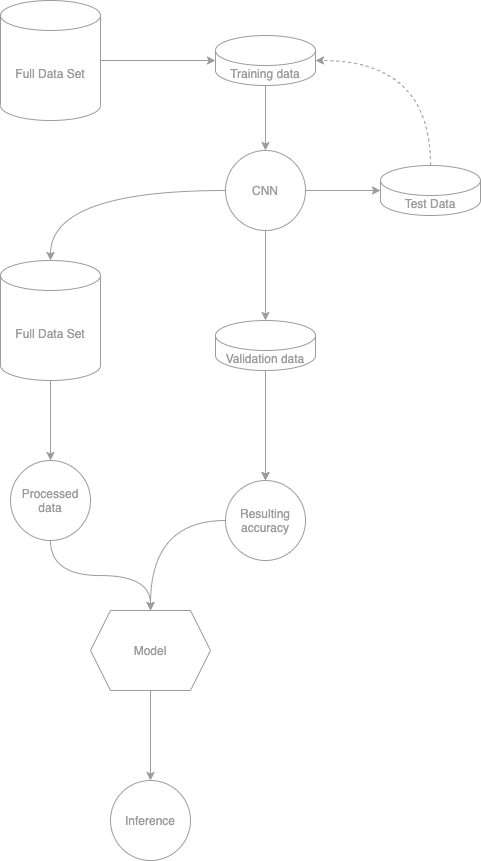
Above: documents/flow.drawio.png in robert-sipho/pefa_nest-cam (draw.io), before the change. Source tidied: cells renumbered, new cells last; positions are measured from the earlier drawing's top-left corner, leaving out a move shared by most shapes.
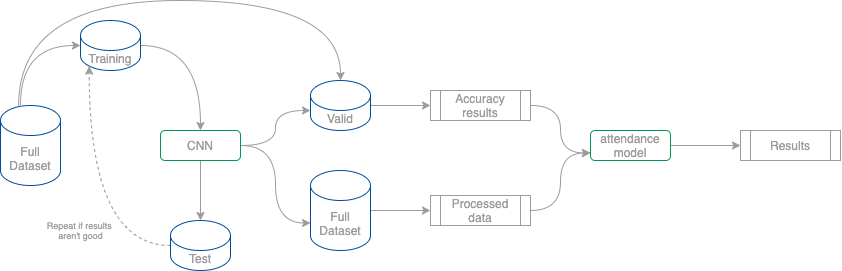
After the commit.

Commit message:
flip flow to landscape mode

Change to the diagram source:
```diff
@@ -2,75 +2,89 @@
   <root>
     <mxCell id="0" />
     <mxCell id="1" parent="0" />
-    <mxCell id="2" style="edgeStyle=orthogonalEdgeStyle;rounded=0;jettySize=auto;html=1;strokeColor=#9C9C9C;" parent="1" edge="1" source="3" target="5">
-      <mxGeometry relative="1" as="geometry" />
-    </mxCell>
-    <mxCell id="3" value="Full Data Set" style="shape=cylinder3;whiteSpace=wrap;html=1;boundedLbl=1;backgroundOutline=1;size=15;fillColor=none;strokeColor=#9C9C9C;fontColor=#9C9C9C;" parent="1" vertex="1">
-      <mxGeometry width="100" height="120" as="geometry" />
-    </mxCell>
-    <mxCell id="4" style="edgeStyle=orthogonalEdgeStyle;rounded=0;jettySize=auto;html=1;entryX=0.5;entryY=0;entryDx=0;entryDy=0;strokeColor=#9C9C9C;" parent="1" edge="1" source="5" target="9">
-      <mxGeometry relative="1" as="geometry" />
-    </mxCell>
-    <mxCell id="5" value="Training data" style="shape=cylinder3;whiteSpace=wrap;html=1;boundedLbl=1;backgroundOutline=1;size=15;fillColor=none;strokeColor=#9C9C9C;fontColor=#9C9C9C;" parent="1" vertex="1">
-      <mxGeometry x="215" y="35" width="100" height="50" as="geometry" />
-    </mxCell>
-    <mxCell id="6" style="edgeStyle=orthogonalEdgeStyle;rounded=0;jettySize=auto;html=1;entryX=0;entryY=0.5;entryDx=0;entryDy=0;entryPerimeter=0;strokeColor=#9C9C9C;" parent="1" edge="1" source="9" target="11">
-      <mxGeometry relative="1" as="geometry" />
-    </mxCell>
-    <mxCell id="7" style="edgeStyle=orthogonalEdgeStyle;rounded=0;jettySize=auto;html=1;entryX=0.5;entryY=0;entryDx=0;entryDy=0;entryPerimeter=0;strokeColor=#9C9C9C;" parent="1" edge="1" source="9" target="14">
-      <mxGeometry relative="1" as="geometry" />
-    </mxCell>
-    <mxCell id="8" style="edgeStyle=orthogonalEdgeStyle;jettySize=auto;html=1;entryX=0.5;entryY=0;entryDx=0;entryDy=0;entryPerimeter=0;curved=1;strokeColor=#9C9C9C;" parent="1" edge="1" source="9" target="16">
-      <mxGeometry relative="1" as="geometry" />
-    </mxCell>
+    <mxCell id="24" style="edgeStyle=orthogonalEdgeStyle;curved=1;sketch=0;jettySize=auto;html=1;strokeColor=#9C9C9C;fontColor=#9C9C9C;" parent="1" edge="1" source="26" target="28">
+      <mxGeometry relative="1" as="geometry">
+        <Array as="points">
+          <mxPoint x="-160" y="235" />
+        </Array>
+      </mxGeometry>
+    </mxCell>
+    <mxCell id="25" style="edgeStyle=orthogonalEdgeStyle;curved=1;sketch=0;jettySize=auto;html=1;entryX=0.5;entryY=0;entryDx=0;entryDy=0;entryPerimeter=0;strokeColor=#9C9C9C;fontColor=#9C9C9C;exitX=0.302;exitY=0.007;exitDx=0;exitDy=0;exitPerimeter=0;" parent="1" edge="1" source="26" target="38">
+      <mxGeometry relative="1" as="geometry">
+        <Array as="points">
+          <mxPoint x="-162" y="190" />
+          <mxPoint x="160" y="190" />
+        </Array>
+      </mxGeometry>
+    </mxCell>
+    <mxCell id="26" value="Full Dataset" style="shape=cylinder3;whiteSpace=wrap;html=1;boundedLbl=1;backgroundOutline=1;size=15;rounded=0;sketch=0;fontColor=#9C9C9C;fillColor=none;strokeColor=#004C99;" parent="1" vertex="1">
+      <mxGeometry x="-180" y="295" width="60" height="80" as="geometry" />
+    </mxCell>
+    <mxCell id="27" style="edgeStyle=orthogonalEdgeStyle;curved=1;sketch=0;jettySize=auto;html=1;entryX=0.5;entryY=0;entryDx=0;entryDy=0;strokeColor=#9C9C9C;fontColor=#9C9C9C;" parent="1" edge="1" source="28" target="9">
+      <mxGeometry relative="1" as="geometry">
+        <Array as="points">
+          <mxPoint x="20" y="235" />
+        </Array>
+      </mxGeometry>
+    </mxCell>
+    <mxCell id="28" value="Training" style="shape=cylinder3;whiteSpace=wrap;html=1;boundedLbl=1;backgroundOutline=1;size=15;rounded=0;sketch=0;fontColor=#9C9C9C;fillColor=none;strokeColor=#004C99;" parent="1" vertex="1">
+      <mxGeometry x="-100" y="210" width="60" height="50" as="geometry" />
+    </mxCell>
+    <mxCell id="29" style="edgeStyle=orthogonalEdgeStyle;curved=1;sketch=0;jettySize=auto;html=1;entryX=0.5;entryY=0;entryDx=0;entryDy=0;entryPerimeter=0;strokeColor=#9C9C9C;fontColor=#9C9C9C;" parent="1" edge="1" source="9" target="34">
+      <mxGeometry relative="1" as="geometry" />
+    </mxCell>
+    <mxCell id="30" style="edgeStyle=orthogonalEdgeStyle;curved=1;sketch=0;jettySize=auto;html=1;entryX=0;entryY=0;entryDx=0;entryDy=52.5;entryPerimeter=0;strokeColor=#9C9C9C;fontColor=#9C9C9C;" parent="1" edge="1" source="9" target="36">
+      <mxGeometry relative="1" as="geometry" />
+    </mxCell>
+    <mxCell id="31" style="edgeStyle=orthogonalEdgeStyle;curved=1;sketch=0;jettySize=auto;html=1;entryX=0;entryY=0;entryDx=0;entryDy=30;entryPerimeter=0;strokeColor=#9C9C9C;fontColor=#9C9C9C;" parent="1" edge="1" source="9" target="38">
+      <mxGeometry relative="1" as="geometry" />
+    </mxCell>
-    <mxCell id="9" value="CNN" style="ellipse;whiteSpace=wrap;html=1;fillColor=none;strokeColor=#9C9C9C;fontColor=#9C9C9C;" parent="1" vertex="1">
-      <mxGeometry x="225" y="150" width="80" height="80" as="geometry" />
+    <mxCell id="9" value="CNN" style="rounded=1;whiteSpace=wrap;html=1;sketch=0;fillColor=none;fontColor=#9C9C9C;strokeColor=#00994D;" parent="1" vertex="1">
+      <mxGeometry x="-20" y="320" width="80" height="30" as="geometry" />
     </mxCell>
-    <mxCell id="10" style="edgeStyle=orthogonalEdgeStyle;jettySize=auto;html=1;entryX=1;entryY=0.5;entryDx=0;entryDy=0;entryPerimeter=0;dashed=1;curved=1;strokeColor=#9C9C9C;" parent="1" edge="1" source="11" target="5">
-      <mxGeometry relative="1" as="geometry">
-        <Array as="points">
-          <mxPoint x="430" y="60" />
-        </Array>
-      </mxGeometry>
-    </mxCell>
-    <mxCell id="11" value="Test Data" style="shape=cylinder3;whiteSpace=wrap;html=1;boundedLbl=1;backgroundOutline=1;size=15;fillColor=none;strokeColor=#9C9C9C;fontColor=#9C9C9C;" parent="1" vertex="1">
-      <mxGeometry x="380" y="165" width="100" height="50" as="geometry" />
-    </mxCell>
-    <mxCell id="12" style="edgeStyle=orthogonalEdgeStyle;jettySize=auto;html=1;curved=1;strokeColor=#9C9C9C;" parent="1" edge="1" source="14" target="18">
-      <mxGeometry relative="1" as="geometry" />
-    </mxCell>
-    <mxCell id="13" style="edgeStyle=orthogonalEdgeStyle;sketch=0;jettySize=auto;html=1;rounded=1;strokeColor=#9C9C9C;" parent="1" edge="1" source="14" target="18">
-      <mxGeometry relative="1" as="geometry" />
-    </mxCell>
-    <mxCell id="14" value="Validation data" style="shape=cylinder3;whiteSpace=wrap;html=1;boundedLbl=1;backgroundOutline=1;size=15;fillColor=none;strokeColor=#9C9C9C;fontColor=#9C9C9C;" parent="1" vertex="1">
-      <mxGeometry x="215" y="320" width="100" height="50" as="geometry" />
-    </mxCell>
-    <mxCell id="15" style="edgeStyle=orthogonalEdgeStyle;rounded=0;jettySize=auto;html=1;entryX=0.5;entryY=0;entryDx=0;entryDy=0;strokeColor=#9C9C9C;" parent="1" edge="1" source="16" target="20">
-      <mxGeometry relative="1" as="geometry" />
-    </mxCell>
-    <mxCell id="16" value="Full Data Set" style="shape=cylinder3;whiteSpace=wrap;html=1;boundedLbl=1;backgroundOutline=1;size=15;fillColor=none;strokeColor=#9C9C9C;fontColor=#9C9C9C;" parent="1" vertex="1">
-      <mxGeometry y="260" width="100" height="120" as="geometry" />
-    </mxCell>
-    <mxCell id="17" style="edgeStyle=orthogonalEdgeStyle;jettySize=auto;html=1;entryX=0.5;entryY=0;entryDx=0;entryDy=0;strokeColor=#9C9C9C;curved=1;" parent="1" edge="1" source="18" target="22">
-      <mxGeometry relative="1" as="geometry" />
-    </mxCell>
-    <mxCell id="18" value="Resulting accuracy" style="ellipse;whiteSpace=wrap;html=1;fillColor=none;strokeColor=#9C9C9C;fontColor=#9C9C9C;" parent="1" vertex="1">
-      <mxGeometry x="225" y="480" width="80" height="80" as="geometry" />
-    </mxCell>
-    <mxCell id="19" style="edgeStyle=orthogonalEdgeStyle;jettySize=auto;html=1;entryX=0.5;entryY=0;entryDx=0;entryDy=0;curved=1;strokeColor=#9C9C9C;" parent="1" edge="1" source="20" target="22">
-      <mxGeometry relative="1" as="geometry" />
-    </mxCell>
+    <mxCell id="32" style="edgeStyle=orthogonalEdgeStyle;curved=1;sketch=0;jettySize=auto;html=1;entryX=0.145;entryY=1;entryDx=0;entryDy=-4.35;entryPerimeter=0;strokeColor=#9C9C9C;fontColor=#9C9C9C;dashed=1;" parent="1" edge="1" source="34" target="28">
+      <mxGeometry relative="1" as="geometry" />
+    </mxCell>
+    <mxCell id="33" value="Repeat if results &lt;br style=&quot;font-size: 9px;&quot;&gt;aren't good" style="edgeLabel;html=1;align=center;verticalAlign=middle;fontColor=#9C9C9C;labelBackgroundColor=none;fontSize=9;" parent="32" vertex="1">
+      <mxGeometry x="0.17" y="-9" relative="1" as="geometry">
+        <mxPoint x="-17.7" y="56.2" as="offset" />
+      </mxGeometry>
+    </mxCell>
+    <mxCell id="34" value="Test" style="shape=cylinder3;whiteSpace=wrap;html=1;boundedLbl=1;backgroundOutline=1;size=15;rounded=0;sketch=0;fontColor=#9C9C9C;fillColor=none;strokeColor=#004C99;" parent="1" vertex="1">
+      <mxGeometry x="-10" y="410" width="60" height="50" as="geometry" />
+    </mxCell>
+    <mxCell id="35" style="edgeStyle=orthogonalEdgeStyle;rounded=0;sketch=0;jettySize=auto;html=1;entryX=0;entryY=0.5;entryDx=0;entryDy=0;strokeColor=#9C9C9C;fontColor=#9C9C9C;" parent="1" edge="1" source="36" target="20">
+      <mxGeometry relative="1" as="geometry" />
+    </mxCell>
+    <mxCell id="36" value="Full Dataset" style="shape=cylinder3;whiteSpace=wrap;html=1;boundedLbl=1;backgroundOutline=1;size=15;rounded=0;sketch=0;fontColor=#9C9C9C;fillColor=none;strokeColor=#004C99;" parent="1" vertex="1">
+      <mxGeometry x="130" y="360" width="60" height="80" as="geometry" />
+    </mxCell>
+    <mxCell id="37" style="edgeStyle=orthogonalEdgeStyle;rounded=0;sketch=0;jettySize=auto;html=1;strokeColor=#9C9C9C;fontColor=#9C9C9C;" parent="1" edge="1" source="38" target="40">
+      <mxGeometry relative="1" as="geometry" />
+    </mxCell>
+    <mxCell id="38" value="Valid" style="shape=cylinder3;whiteSpace=wrap;html=1;boundedLbl=1;backgroundOutline=1;size=15;rounded=0;sketch=0;fontColor=#9C9C9C;fillColor=none;strokeColor=#004C99;" parent="1" vertex="1">
+      <mxGeometry x="130" y="270" width="60" height="50" as="geometry" />
+    </mxCell>
+    <mxCell id="39" style="edgeStyle=orthogonalEdgeStyle;sketch=0;jettySize=auto;html=1;entryX=0;entryY=0.75;entryDx=0;entryDy=0;strokeColor=#9C9C9C;fontColor=#9C9C9C;curved=1;" parent="1" edge="1" source="40" target="43">
+      <mxGeometry relative="1" as="geometry" />
+    </mxCell>
+    <mxCell id="40" value="Accuracy results" style="shape=process;whiteSpace=wrap;html=1;backgroundOutline=1;rounded=0;sketch=0;strokeColor=#9C9C9C;fillColor=none;fontColor=#9C9C9C;" parent="1" vertex="1">
+      <mxGeometry x="250" y="280" width="100" height="30" as="geometry" />
+    </mxCell>
+    <mxCell id="41" style="edgeStyle=orthogonalEdgeStyle;curved=1;sketch=0;jettySize=auto;html=1;entryX=0;entryY=0.75;entryDx=0;entryDy=0;strokeColor=#9C9C9C;fontColor=#9C9C9C;" parent="1" edge="1" source="20" target="43">
+      <mxGeometry relative="1" as="geometry" />
+    </mxCell>
-    <mxCell id="20" value="Processed data" style="ellipse;whiteSpace=wrap;html=1;fillColor=none;strokeColor=#9C9C9C;fontColor=#9C9C9C;" parent="1" vertex="1">
-      <mxGeometry x="10" y="460" width="80" height="80" as="geometry" />
+    <mxCell id="20" value="Processed data" style="shape=process;whiteSpace=wrap;html=1;backgroundOutline=1;rounded=0;sketch=0;strokeColor=#9C9C9C;fillColor=none;fontColor=#9C9C9C;" parent="1" vertex="1">
+      <mxGeometry x="250" y="385" width="100" height="30" as="geometry" />
     </mxCell>
-    <mxCell id="21" style="edgeStyle=orthogonalEdgeStyle;rounded=1;jettySize=auto;html=1;sketch=0;strokeColor=#9C9C9C;" parent="1" edge="1" source="22" target="23">
-      <mxGeometry relative="1" as="geometry" />
-    </mxCell>
-    <mxCell id="22" value="Model" style="shape=hexagon;perimeter=hexagonPerimeter2;whiteSpace=wrap;html=1;fixedSize=1;fillColor=none;strokeColor=#9C9C9C;fontColor=#9C9C9C;" parent="1" vertex="1">
-      <mxGeometry x="90" y="610" width="120" height="80" as="geometry" />
-    </mxCell>
-    <mxCell id="23" value="Inference" style="ellipse;whiteSpace=wrap;html=1;fillColor=none;strokeColor=#9C9C9C;fontColor=#9C9C9C;" parent="1" vertex="1">
-      <mxGeometry x="110" y="780" width="80" height="80" as="geometry" />
-    </mxCell>
+    <mxCell id="42" style="edgeStyle=orthogonalEdgeStyle;curved=1;sketch=0;jettySize=auto;html=1;strokeColor=#9C9C9C;fontColor=#9C9C9C;" parent="1" edge="1" source="43" target="44">
+      <mxGeometry relative="1" as="geometry" />
+    </mxCell>
+    <mxCell id="43" value="attendance model" style="rounded=1;whiteSpace=wrap;html=1;sketch=0;fillColor=none;fontColor=#9C9C9C;strokeColor=#00994D;" parent="1" vertex="1">
+      <mxGeometry x="410" y="320" width="80" height="30" as="geometry" />
+    </mxCell>
+    <mxCell id="44" value="Results" style="shape=process;whiteSpace=wrap;html=1;backgroundOutline=1;rounded=0;sketch=0;strokeColor=#9C9C9C;fillColor=none;fontColor=#9C9C9C;" parent="1" vertex="1">
+      <mxGeometry x="560" y="320" width="100" height="30" as="geometry" />
+    </mxCell>
   </root>
 </mxGraphModel>
```
